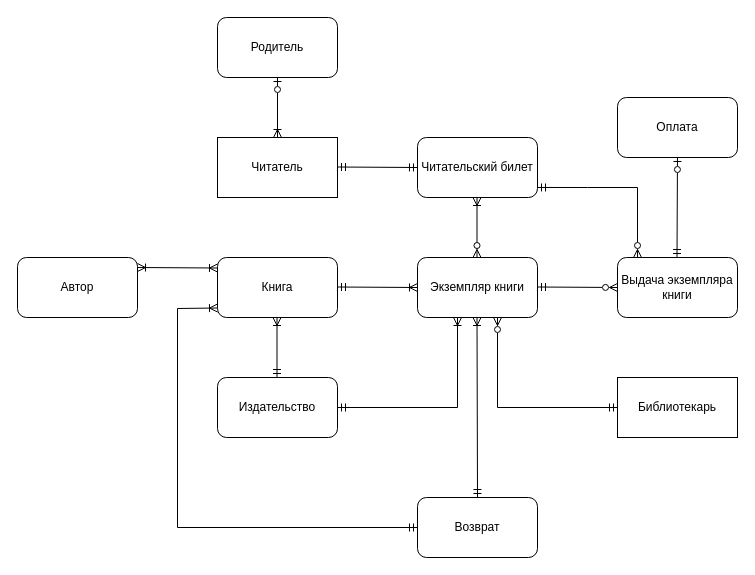
This is Задание1_Яковенко.drawio from valentinayakov/DB_edu, a draw.io file, before an edit. Source tidied: cells renumbered, new cells numbered last; positions are measured from the earlier drawing's top-left corner, leaving out a move shared by most shapes. Both pictures are drawn from the tidied source at 100%, with x=0, y=0 at pixel (17, 17).
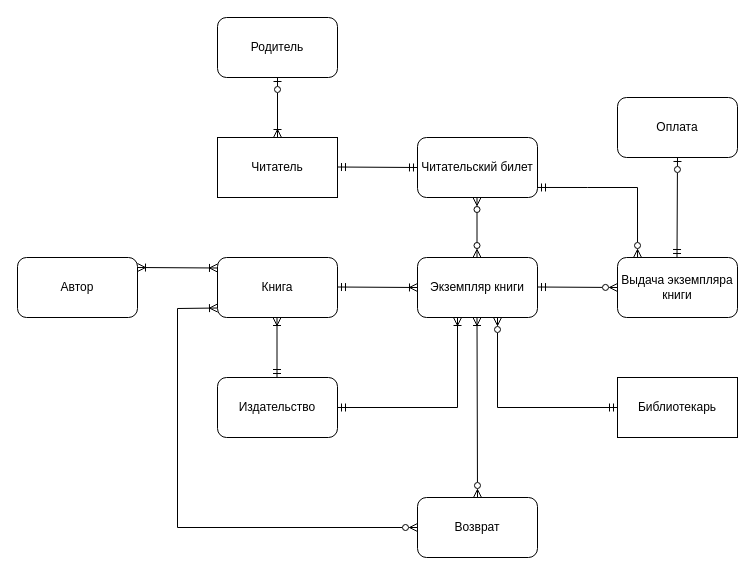
The same page after the edit.

Unchanged cells that the change refers to:
```xml
<mxCell id="23" value="Возврат" style="rounded=1;whiteSpace=wrap;html=1;" parent="1" vertex="1">
  <mxGeometry x="400" y="480" width="120" height="60" as="geometry" />
</mxCell>
```

The edit, as a diff of the source:
```diff
@@
-    <mxCell id="8" style="endArrow=ERzeroToMany;html=1;rounded=0;exitX=0.5;exitY=1;exitDx=0;exitDy=0;startArrow=ERoneToMany;startFill=0;endFill=0;" parent="1" edge="1">
+    <mxCell id="8" style="endArrow=ERzeroToMany;html=1;rounded=0;exitX=0.5;exitY=1;exitDx=0;exitDy=0;startArrow=ERzeroToMany;startFill=0;endFill=0;" parent="1" edge="1">
       <mxGeometry relative="1" as="geometry">
         <mxPoint x="459.5" y="180" as="sourcePoint" />
         <mxPoint x="459.5" y="240" as="targetPoint" />
       </mxGeometry>
     </mxCell>
@@
-    <mxCell id="24" style="endArrow=ERmandOne;html=1;rounded=0;exitX=0.5;exitY=1;exitDx=0;exitDy=0;startArrow=ERoneToMany;startFill=0;endFill=0;entryX=0.5;entryY=0;entryDx=0;entryDy=0;" parent="1" edge="1" target="23">
+    <mxCell id="24" style="endArrow=ERzeroToMany;html=1;rounded=0;exitX=0.5;exitY=1;exitDx=0;exitDy=0;startArrow=ERoneToMany;startFill=0;endFill=0;entryX=0.5;entryY=0;entryDx=0;entryDy=0;" parent="1" edge="1" target="23">
       <mxGeometry relative="1" as="geometry">
         <mxPoint x="459.5" y="300" as="sourcePoint" />
       </mxGeometry>
     </mxCell>
-    <mxCell id="25" style="endArrow=ERoneToMany;html=1;rounded=0;entryX=0;entryY=0.5;entryDx=0;entryDy=0;endFill=0;startArrow=ERmandOne;startFill=0;exitX=0;exitY=0.5;exitDx=0;exitDy=0;" parent="1" edge="1" source="23">
+    <mxCell id="25" style="endArrow=ERoneToMany;html=1;rounded=0;entryX=0;entryY=0.5;entryDx=0;entryDy=0;endFill=0;startArrow=ERzeroToMany;startFill=0;exitX=0;exitY=0.5;exitDx=0;exitDy=0;" parent="1" edge="1" source="23">
       <mxGeometry relative="1" as="geometry">
         <mxPoint x="200" y="290.5" as="targetPoint" />
         <Array as="points">
           <mxPoint x="160" y="510" />
           <mxPoint x="160" y="291" />
         </Array>
       </mxGeometry>
     </mxCell>
```
